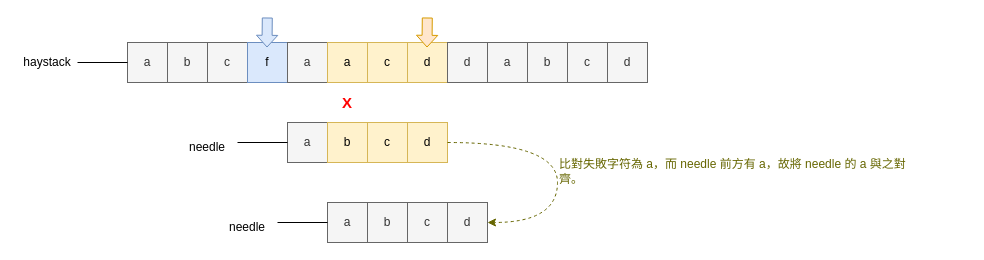
Above: page "第 3 页" (3 of 5) of docs/0028_find_the_index_of_the_first_occurrence_in_a_string_bm.drawio in rickbsr/example-leetcode (draw.io), before the change. Source tidied: cells renumbered, new cells numbered last; positions are measured from the earlier drawing's top-left corner, leaving out a move shared by most shapes. Both pictures are drawn from the tidied source at 100%, with x=0, y=0 at pixel (17, 17).
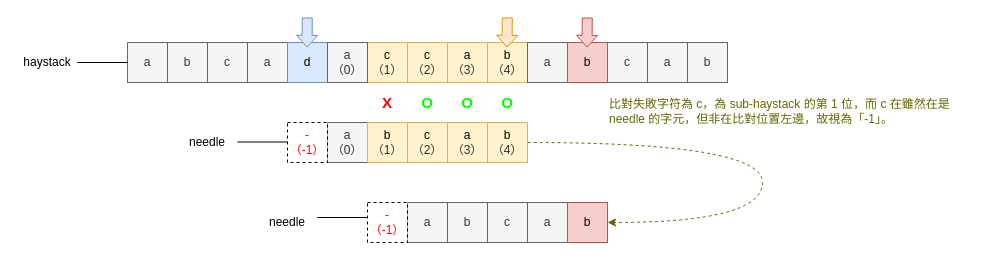
Above is the later version.

The edit, as a diff of the source:
```diff
@@
     <mxCell id="2" value="&lt;font color=&quot;#ff0000&quot; style=&quot;font-size: 15px;&quot;&gt;&lt;b style=&quot;&quot;&gt;X&lt;/b&gt;&lt;/font&gt;" style="rounded=0;whiteSpace=wrap;html=1;fontSize=15;strokeColor=none;" parent="1" vertex="1">
-      <mxGeometry x="310" y="65" width="40" height="40" as="geometry" />
+      <mxGeometry x="350" y="65" width="40" height="40" as="geometry" />
     </mxCell>
+    <mxCell id="34" value="&lt;font&gt;&lt;b&gt;O&lt;/b&gt;&lt;/font&gt;" style="rounded=0;whiteSpace=wrap;html=1;fontSize=15;strokeColor=none;fontColor=#00FF00;" parent="1" vertex="1">
+      <mxGeometry x="430" y="65" width="40" height="40" as="geometry" />
+    </mxCell>
+    <mxCell id="35" value="&lt;font&gt;&lt;b&gt;O&lt;/b&gt;&lt;/font&gt;" style="rounded=0;whiteSpace=wrap;html=1;fontSize=15;strokeColor=none;fontColor=#00FF00;" parent="1" vertex="1">
+      <mxGeometry x="470" y="65" width="40" height="40" as="geometry" />
+    </mxCell>
+    <mxCell id="36" value="&lt;font&gt;&lt;b&gt;O&lt;/b&gt;&lt;/font&gt;" style="rounded=0;whiteSpace=wrap;html=1;fontSize=15;strokeColor=none;fontColor=#00FF00;" parent="1" vertex="1">
+      <mxGeometry x="390" y="65" width="40" height="40" as="geometry" />
+    </mxCell>
+    <mxCell id="37" value="b" style="rounded=0;whiteSpace=wrap;html=1;fillColor=#f5f5f5;strokeColor=#666666;fontColor=#333333;" parent="1" vertex="1">
+      <mxGeometry x="670" y="25" width="40" height="40" as="geometry" />
+    </mxCell>
@@
-    <mxCell id="5" value="f" style="rounded=0;whiteSpace=wrap;html=1;fillColor=#dae8fc;strokeColor=#6c8ebf;" parent="1" vertex="1">
-      <mxGeometry x="230" y="25" width="40" height="40" as="geometry" />
-    </mxCell>
-    <mxCell id="6" value="d" style="rounded=0;whiteSpace=wrap;html=1;fillColor=#fff2cc;strokeColor=#d6b656;" parent="1" vertex="1">
-      <mxGeometry x="390" y="25" width="40" height="40" as="geometry" />
-    </mxCell>
+    <mxCell id="38" value="a" style="rounded=0;whiteSpace=wrap;html=1;fillColor=#f5f5f5;strokeColor=#666666;fontColor=#333333;" parent="1" vertex="1">
+      <mxGeometry x="230" y="25" width="40" height="40" as="geometry" />
+    </mxCell>
+    <mxCell id="39" value="c&lt;br style=&quot;color: rgb(51, 51, 51);&quot;&gt;&lt;span style=&quot;color: rgb(51, 51, 51);&quot;&gt;（2）&lt;/span&gt;" style="rounded=0;whiteSpace=wrap;html=1;fillColor=#fff2cc;strokeColor=#d6b656;" parent="1" vertex="1">
+      <mxGeometry x="390" y="25" width="40" height="40" as="geometry" />
+    </mxCell>
@@
-    <mxCell id="8" value="a" style="rounded=0;whiteSpace=wrap;html=1;fillColor=#f5f5f5;fontColor=#333333;strokeColor=#666666;" parent="1" vertex="1">
-      <mxGeometry x="270" y="25" width="40" height="40" as="geometry" />
-    </mxCell>
-    <mxCell id="9" value="c" style="rounded=0;whiteSpace=wrap;html=1;fillColor=#fff2cc;strokeColor=#d6b656;" parent="1" vertex="1">
-      <mxGeometry x="350" y="25" width="40" height="40" as="geometry" />
-    </mxCell>
-    <mxCell id="10" value="c" style="rounded=0;whiteSpace=wrap;html=1;fillColor=#f5f5f5;strokeColor=#666666;fontColor=#333333;" parent="1" vertex="1">
-      <mxGeometry x="550" y="25" width="40" height="40" as="geometry" />
-    </mxCell>
+    <mxCell id="40" value="d" style="rounded=0;whiteSpace=wrap;html=1;fillColor=#dae8fc;strokeColor=#6c8ebf;" parent="1" vertex="1">
+      <mxGeometry x="270" y="25" width="40" height="40" as="geometry" />
+    </mxCell>
+    <mxCell id="41" value="c&lt;br style=&quot;color: rgb(51, 51, 51);&quot;&gt;&lt;span style=&quot;color: rgb(51, 51, 51);&quot;&gt;（1）&lt;/span&gt;" style="rounded=0;whiteSpace=wrap;html=1;fillColor=#fff2cc;strokeColor=#d6b656;" parent="1" vertex="1">
+      <mxGeometry x="350" y="25" width="40" height="40" as="geometry" />
+    </mxCell>
+    <mxCell id="42" value="c" style="rounded=0;whiteSpace=wrap;html=1;fillColor=#f5f5f5;strokeColor=#666666;fontColor=#333333;" parent="1" vertex="1">
+      <mxGeometry x="590" y="25" width="40" height="40" as="geometry" />
+    </mxCell>
@@
-    <mxCell id="13" style="shape=flexArrow;endArrow=classic;html=1;rounded=0;endWidth=10.263157894736842;endSize=3.5605263157894735;fillColor=#dae8fc;strokeColor=#6c8ebf;" parent="1" edge="1">
-      <mxGeometry relative="1" as="geometry">
-        <mxPoint x="249.8" as="sourcePoint" />
-        <mxPoint x="249.5" y="30" as="targetPoint" />
-      </mxGeometry>
-    </mxCell>
-    <mxCell id="14" style="shape=flexArrow;endArrow=classic;html=1;rounded=0;endWidth=10.263157894736842;endSize=3.5605263157894735;fillColor=#ffe6cc;strokeColor=#d79b00;" parent="1" edge="1">
-      <mxGeometry relative="1" as="geometry">
-        <mxPoint x="409.8" as="sourcePoint" />
-        <mxPoint x="409.5" y="30" as="targetPoint" />
-      </mxGeometry>
-    </mxCell>
-    <mxCell id="15" value="d" style="rounded=0;whiteSpace=wrap;html=1;fillColor=#f5f5f5;strokeColor=#666666;fontColor=#333333;" parent="1" vertex="1">
-      <mxGeometry x="590" y="25" width="40" height="40" as="geometry" />
-    </mxCell>
-    <mxCell id="16" value="a" style="rounded=0;whiteSpace=wrap;html=1;fillColor=#fff2cc;strokeColor=#d6b656;" parent="1" vertex="1">
-      <mxGeometry x="310" y="25" width="40" height="40" as="geometry" />
-    </mxCell>
-    <mxCell id="17" value="c" style="rounded=0;whiteSpace=wrap;html=1;fillColor=#fff2cc;strokeColor=#d6b656;" parent="1" vertex="1">
-      <mxGeometry x="350" y="105" width="40" height="40" as="geometry" />
-    </mxCell>
-    <mxCell id="18" value="a" style="rounded=0;whiteSpace=wrap;html=1;fillColor=#f5f5f5;fontColor=#333333;strokeColor=#666666;" parent="1" vertex="1">
-      <mxGeometry x="270" y="105" width="40" height="40" as="geometry" />
-    </mxCell>
-    <mxCell id="19" value="b" style="rounded=0;whiteSpace=wrap;html=1;fillColor=#fff2cc;strokeColor=#d6b656;" parent="1" vertex="1">
-      <mxGeometry x="310" y="105" width="40" height="40" as="geometry" />
-    </mxCell>
-    <mxCell id="20" style="edgeStyle=orthogonalEdgeStyle;rounded=0;orthogonalLoop=1;jettySize=auto;html=1;exitX=1;exitY=0.5;exitDx=0;exitDy=0;entryX=0;entryY=0.5;entryDx=0;entryDy=0;endArrow=none;endFill=0;" parent="1" edge="1">
-      <mxGeometry relative="1" as="geometry">
-        <mxPoint x="220" y="125" as="sourcePoint" />
-        <mxPoint x="270" y="125" as="targetPoint" />
-      </mxGeometry>
-    </mxCell>
-    <mxCell id="21" value="needle" style="text;html=1;strokeColor=none;fillColor=none;align=center;verticalAlign=middle;whiteSpace=wrap;rounded=0;" parent="1" vertex="1">
-      <mxGeometry x="160" y="115" width="60" height="30" as="geometry" />
-    </mxCell>
-    <mxCell id="22" value="d" style="rounded=0;whiteSpace=wrap;html=1;fillColor=#fff2cc;strokeColor=#d6b656;" parent="1" vertex="1">
-      <mxGeometry x="390" y="105" width="40" height="40" as="geometry" />
-    </mxCell>
-    <mxCell id="23" value="a" style="rounded=0;whiteSpace=wrap;html=1;fillColor=#f5f5f5;strokeColor=#666666;fontColor=#333333;" parent="1" vertex="1">
-      <mxGeometry x="470" y="25" width="40" height="40" as="geometry" />
-    </mxCell>
-    <mxCell id="24" value="b" style="rounded=0;whiteSpace=wrap;html=1;fillColor=#f5f5f5;strokeColor=#666666;fontColor=#333333;" parent="1" vertex="1">
-      <mxGeometry x="510" y="25" width="40" height="40" as="geometry" />
-    </mxCell>
-    <mxCell id="25" value="c" style="rounded=0;whiteSpace=wrap;html=1;fillColor=#f5f5f5;strokeColor=#666666;fontColor=#333333;" parent="1" vertex="1">
-      <mxGeometry x="390" y="185" width="40" height="40" as="geometry" />
-    </mxCell>
-    <mxCell id="26" value="a" style="rounded=0;whiteSpace=wrap;html=1;fillColor=#f5f5f5;fontColor=#333333;strokeColor=#666666;" parent="1" vertex="1">
-      <mxGeometry x="310" y="185" width="40" height="40" as="geometry" />
-    </mxCell>
-    <mxCell id="27" value="b" style="rounded=0;whiteSpace=wrap;html=1;fillColor=#f5f5f5;strokeColor=#666666;fontColor=#333333;" parent="1" vertex="1">
-      <mxGeometry x="350" y="185" width="40" height="40" as="geometry" />
-    </mxCell>
-    <mxCell id="28" style="edgeStyle=orthogonalEdgeStyle;rounded=0;orthogonalLoop=1;jettySize=auto;html=1;exitX=1;exitY=0.5;exitDx=0;exitDy=0;entryX=0;entryY=0.5;entryDx=0;entryDy=0;endArrow=none;endFill=0;" parent="1" edge="1">
-      <mxGeometry relative="1" as="geometry">
-        <mxPoint x="260" y="205" as="sourcePoint" />
-        <mxPoint x="310" y="205" as="targetPoint" />
-      </mxGeometry>
-    </mxCell>
-    <mxCell id="29" value="needle" style="text;html=1;strokeColor=none;fillColor=none;align=center;verticalAlign=middle;whiteSpace=wrap;rounded=0;" parent="1" vertex="1">
-      <mxGeometry x="200" y="195" width="60" height="30" as="geometry" />
-    </mxCell>
-    <mxCell id="30" value="d" style="rounded=0;whiteSpace=wrap;html=1;fillColor=#f5f5f5;strokeColor=#666666;fontColor=#333333;" parent="1" vertex="1">
-      <mxGeometry x="430" y="185" width="40" height="40" as="geometry" />
-    </mxCell>
-    <mxCell id="31" value="d" style="rounded=0;whiteSpace=wrap;html=1;fillColor=#f5f5f5;strokeColor=#666666;fontColor=#333333;" parent="1" vertex="1">
-      <mxGeometry x="430" y="25" width="40" height="40" as="geometry" />
-    </mxCell>
-    <mxCell id="32" style="endArrow=classic;html=1;rounded=0;entryX=1;entryY=0.5;entryDx=0;entryDy=0;edgeStyle=orthogonalEdgeStyle;curved=1;strokeColor=#666600;dashed=1;exitX=1;exitY=0.5;exitDx=0;exitDy=0;" parent="1" edge="1" source="22">
-      <mxGeometry relative="1" as="geometry">
-        <mxPoint x="470" y="205" as="targetPoint" />
-        <Array as="points">
-          <mxPoint x="540" y="125" />
-          <mxPoint x="540" y="205" />
-        </Array>
-      </mxGeometry>
-    </mxCell>
-    <mxCell id="33" value="&lt;font&gt;比對失敗字符為 a，而 needle 前方有 a，故將 needle 的 a 與之對齊。&lt;br&gt;&lt;/font&gt;" style="text;html=1;strokeColor=none;fillColor=none;align=left;verticalAlign=middle;whiteSpace=wrap;rounded=0;fontColor=#666600;" parent="1" vertex="1">
-      <mxGeometry x="540" y="125" width="360" height="57.5" as="geometry" />
-    </mxCell>
+    <mxCell id="43" style="shape=flexArrow;endArrow=classic;html=1;rounded=0;endWidth=10.263157894736842;endSize=3.5605263157894735;fillColor=#dae8fc;strokeColor=#6c8ebf;" parent="1" edge="1">
+      <mxGeometry relative="1" as="geometry">
+        <mxPoint x="289.8" as="sourcePoint" />
+        <mxPoint x="289.5" y="30" as="targetPoint" />
+      </mxGeometry>
+    </mxCell>
+    <mxCell id="44" value="a" style="rounded=0;whiteSpace=wrap;html=1;fillColor=#f5f5f5;strokeColor=#666666;fontColor=#333333;" parent="1" vertex="1">
+      <mxGeometry x="630" y="25" width="40" height="40" as="geometry" />
+    </mxCell>
+    <mxCell id="45" value="a&lt;br&gt;（0）" style="rounded=0;whiteSpace=wrap;html=1;fillColor=#f5f5f5;strokeColor=#666666;fontColor=#333333;" parent="1" vertex="1">
+      <mxGeometry x="310" y="25" width="40" height="40" as="geometry" />
+    </mxCell>
+    <mxCell id="46" value="c&lt;br style=&quot;color: rgb(51, 51, 51);&quot;&gt;&lt;span style=&quot;color: rgb(51, 51, 51);&quot;&gt;（2）&lt;/span&gt;" style="rounded=0;whiteSpace=wrap;html=1;fillColor=#fff2cc;strokeColor=#d6b656;" parent="1" vertex="1">
+      <mxGeometry x="390" y="105" width="40" height="40" as="geometry" />
+    </mxCell>
+    <mxCell id="47" value="a&lt;br&gt;（0）" style="rounded=0;whiteSpace=wrap;html=1;fillColor=#f5f5f5;fontColor=#333333;strokeColor=#666666;" parent="1" vertex="1">
+      <mxGeometry x="310" y="105" width="40" height="40" as="geometry" />
+    </mxCell>
+    <mxCell id="48" value="b&lt;br style=&quot;color: rgb(51, 51, 51);&quot;&gt;&lt;span style=&quot;color: rgb(51, 51, 51);&quot;&gt;（1）&lt;/span&gt;" style="rounded=0;whiteSpace=wrap;html=1;fillColor=#fff2cc;strokeColor=#d6b656;" parent="1" vertex="1">
+      <mxGeometry x="350" y="105" width="40" height="40" as="geometry" />
+    </mxCell>
+    <mxCell id="49" style="edgeStyle=orthogonalEdgeStyle;rounded=0;orthogonalLoop=1;jettySize=auto;html=1;exitX=1;exitY=0.5;exitDx=0;exitDy=0;entryX=0;entryY=0.5;entryDx=0;entryDy=0;endArrow=none;endFill=0;" parent="1" edge="1">
+      <mxGeometry relative="1" as="geometry">
+        <mxPoint x="220" y="124.5" as="sourcePoint" />
+        <mxPoint x="270" y="124.5" as="targetPoint" />
+      </mxGeometry>
+    </mxCell>
+    <mxCell id="50" value="needle" style="text;html=1;strokeColor=none;fillColor=none;align=center;verticalAlign=middle;whiteSpace=wrap;rounded=0;" parent="1" vertex="1">
+      <mxGeometry x="160" y="110" width="60" height="30" as="geometry" />
+    </mxCell>
+    <mxCell id="51" value="a&lt;br style=&quot;color: rgb(51, 51, 51);&quot;&gt;&lt;span style=&quot;color: rgb(51, 51, 51);&quot;&gt;（3）&lt;/span&gt;" style="rounded=0;whiteSpace=wrap;html=1;fillColor=#fff2cc;strokeColor=#d6b656;" parent="1" vertex="1">
+      <mxGeometry x="430" y="25" width="40" height="40" as="geometry" />
+    </mxCell>
+    <mxCell id="52" value="b&lt;br style=&quot;color: rgb(51, 51, 51);&quot;&gt;&lt;span style=&quot;color: rgb(51, 51, 51);&quot;&gt;（4）&lt;/span&gt;" style="rounded=0;whiteSpace=wrap;html=1;fillColor=#fff2cc;strokeColor=#d6b656;" parent="1" vertex="1">
+      <mxGeometry x="470" y="25" width="40" height="40" as="geometry" />
+    </mxCell>
+    <mxCell id="53" value="c" style="rounded=0;whiteSpace=wrap;html=1;fillColor=#f5f5f5;strokeColor=#666666;fontColor=#333333;" parent="1" vertex="1">
+      <mxGeometry x="470" y="185" width="40" height="40" as="geometry" />
+    </mxCell>
+    <mxCell id="54" value="a&lt;br&gt;" style="rounded=0;whiteSpace=wrap;html=1;fillColor=#f5f5f5;fontColor=#333333;strokeColor=#666666;" parent="1" vertex="1">
+      <mxGeometry x="390" y="185" width="40" height="40" as="geometry" />
+    </mxCell>
+    <mxCell id="55" value="b" style="rounded=0;whiteSpace=wrap;html=1;fillColor=#f5f5f5;strokeColor=#666666;fontColor=#333333;" parent="1" vertex="1">
+      <mxGeometry x="430" y="185" width="40" height="40" as="geometry" />
+    </mxCell>
+    <mxCell id="56" style="edgeStyle=orthogonalEdgeStyle;rounded=0;orthogonalLoop=1;jettySize=auto;html=1;exitX=1;exitY=0.5;exitDx=0;exitDy=0;entryX=0;entryY=0.5;entryDx=0;entryDy=0;endArrow=none;endFill=0;" parent="1" edge="1">
+      <mxGeometry relative="1" as="geometry">
+        <mxPoint x="300" y="200" as="sourcePoint" />
+        <mxPoint x="350" y="200" as="targetPoint" />
+      </mxGeometry>
+    </mxCell>
+    <mxCell id="57" value="needle" style="text;html=1;strokeColor=none;fillColor=none;align=center;verticalAlign=middle;whiteSpace=wrap;rounded=0;" parent="1" vertex="1">
+      <mxGeometry x="240" y="190" width="60" height="30" as="geometry" />
+    </mxCell>
+    <mxCell id="58" value="a" style="rounded=0;whiteSpace=wrap;html=1;fillColor=#f5f5f5;strokeColor=#666666;fontColor=#333333;" parent="1" vertex="1">
+      <mxGeometry x="510" y="25" width="40" height="40" as="geometry" />
+    </mxCell>
+    <mxCell id="59" value="b" style="rounded=0;whiteSpace=wrap;html=1;fillColor=#f8cecc;strokeColor=#b85450;" parent="1" vertex="1">
+      <mxGeometry x="550" y="25" width="40" height="40" as="geometry" />
+    </mxCell>
+    <mxCell id="60" style="shape=flexArrow;endArrow=classic;html=1;rounded=0;endWidth=10.263157894736842;endSize=3.5605263157894735;fillColor=#f8cecc;strokeColor=#b85450;" parent="1" edge="1">
+      <mxGeometry relative="1" as="geometry">
+        <mxPoint x="569.8" as="sourcePoint" />
+        <mxPoint x="569.5" y="30" as="targetPoint" />
+      </mxGeometry>
+    </mxCell>
+    <mxCell id="61" style="endArrow=classic;html=1;rounded=0;entryX=1;entryY=0.5;entryDx=0;entryDy=0;edgeStyle=orthogonalEdgeStyle;curved=1;strokeColor=#666600;dashed=1;exitX=1;exitY=0.5;exitDx=0;exitDy=0;" parent="1" edge="1" source="63" target="66">
+      <mxGeometry relative="1" as="geometry">
+        <Array as="points">
+          <mxPoint x="745" y="125" />
+          <mxPoint x="745" y="205" />
+        </Array>
+      </mxGeometry>
+    </mxCell>
+    <mxCell id="62" value="a&lt;br style=&quot;color: rgb(51, 51, 51);&quot;&gt;&lt;span style=&quot;color: rgb(51, 51, 51);&quot;&gt;（3）&lt;/span&gt;" style="rounded=0;whiteSpace=wrap;html=1;fillColor=#fff2cc;strokeColor=#d6b656;" parent="1" vertex="1">
+      <mxGeometry x="430" y="105" width="40" height="40" as="geometry" />
+    </mxCell>
+    <mxCell id="63" value="b&lt;br style=&quot;color: rgb(51, 51, 51);&quot;&gt;&lt;span style=&quot;color: rgb(51, 51, 51);&quot;&gt;（4）&lt;/span&gt;" style="rounded=0;whiteSpace=wrap;html=1;fillColor=#fff2cc;strokeColor=#d6b656;" parent="1" vertex="1">
+      <mxGeometry x="470" y="105" width="40" height="40" as="geometry" />
+    </mxCell>
+    <mxCell id="64" style="shape=flexArrow;endArrow=classic;html=1;rounded=0;endWidth=10.263157894736842;endSize=3.5605263157894735;fillColor=#ffe6cc;strokeColor=#d79b00;" parent="1" edge="1">
+      <mxGeometry relative="1" as="geometry">
+        <mxPoint x="489.8" as="sourcePoint" />
+        <mxPoint x="489.5" y="30" as="targetPoint" />
+      </mxGeometry>
+    </mxCell>
+    <mxCell id="65" value="a" style="rounded=0;whiteSpace=wrap;html=1;fillColor=#f5f5f5;strokeColor=#666666;fontColor=#333333;" parent="1" vertex="1">
+      <mxGeometry x="510" y="185" width="40" height="40" as="geometry" />
+    </mxCell>
+    <mxCell id="66" value="b" style="rounded=0;whiteSpace=wrap;html=1;fillColor=#f8cecc;strokeColor=#b85450;" parent="1" vertex="1">
+      <mxGeometry x="550" y="185" width="40" height="40" as="geometry" />
+    </mxCell>
+    <mxCell id="67" value="-&lt;br&gt;（-1）" style="rounded=0;whiteSpace=wrap;html=1;dashed=1;fontColor=#FF0000;" parent="1" vertex="1">
+      <mxGeometry x="270" y="105" width="40" height="40" as="geometry" />
+    </mxCell>
+    <mxCell id="68" value="&lt;font&gt;比對失敗字符為 c，為 sub-haystack 的第 1 位，而 c 在雖然在是 needle 的字元，但非在比對位置左邊，故視為「-1」。&lt;br&gt;&lt;/font&gt;" style="text;html=1;strokeColor=none;fillColor=none;align=left;verticalAlign=middle;whiteSpace=wrap;rounded=0;fontColor=#666600;" parent="1" vertex="1">
+      <mxGeometry x="590" y="65" width="360" height="57.5" as="geometry" />
+    </mxCell>
+    <mxCell id="69" value="-&lt;br&gt;（-1）" style="rounded=0;whiteSpace=wrap;html=1;dashed=1;fontColor=#FF0000;" parent="1" vertex="1">
+      <mxGeometry x="350" y="185" width="40" height="40" as="geometry" />
+    </mxCell>
```
